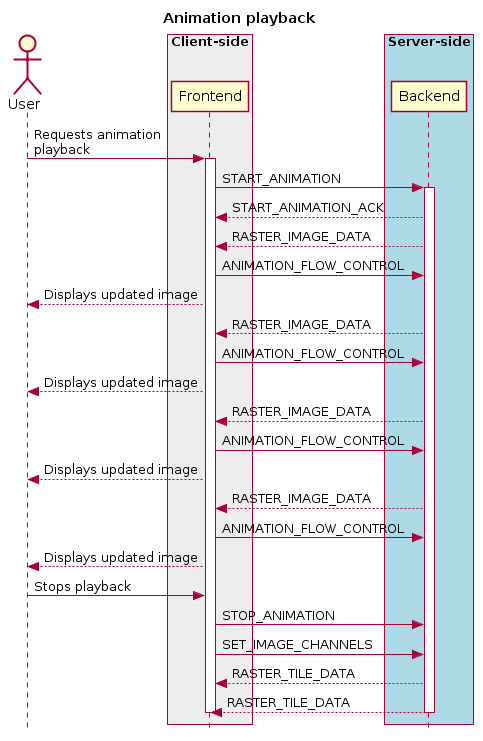
The PlantUML diagram docs/images/image18.png in CARTAvis/carta-protobuf, before a commit.
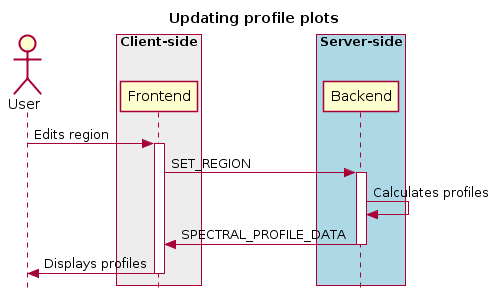
After the change.

Diff of the diagram source:
```diff
@@ -1,7 +1,7 @@
 @startuml
 skinparam style strictuml
 hide footbox
-title Animation playback
+title Updating profile plots
 
 actor User
 box "Client-side" #EDEDED
@@ -11,28 +11,13 @@
 box "Server-side" #lightblue
 	participant Backend
 end box
-User -> Frontend: Requests animation\nplayback
+User -> Frontend: Edits region
 activate Frontend
-Frontend -> Backend : START_ANIMATION
+Frontend -> Backend : SET_REGION
 activate Backend
-Frontend <-- Backend: START_ANIMATION_ACK
-Frontend <-- Backend : RASTER_IMAGE_DATA
-Frontend -> Backend: ANIMATION_FLOW_CONTROL
-User <-- Frontend: Displays updated image
-Frontend <-- Backend : RASTER_IMAGE_DATA
-Frontend -> Backend: ANIMATION_FLOW_CONTROL
-User <-- Frontend: Displays updated image
-Frontend <-- Backend : RASTER_IMAGE_DATA
-Frontend -> Backend: ANIMATION_FLOW_CONTROL
-User <-- Frontend: Displays updated image
-Frontend <-- Backend : RASTER_IMAGE_DATA
-Frontend -> Backend: ANIMATION_FLOW_CONTROL
-User <-- Frontend: Displays updated image
-User -> Frontend : Stops playback
-Frontend -> Backend : STOP_ANIMATION
-Frontend -> Backend : SET_IMAGE_CHANNELS
-Frontend <-- Backend: RASTER_TILE_DATA
-Frontend <-- Backend: RASTER_TILE_DATA
+Backend <- Backend : Calculates profiles
+Frontend <- Backend : SPECTRAL_PROFILE_DATA
+deactivate Backend
+User <- Frontend : Displays profiles
 deactivate Frontend
-deactivate Backend
 @enduml
```
